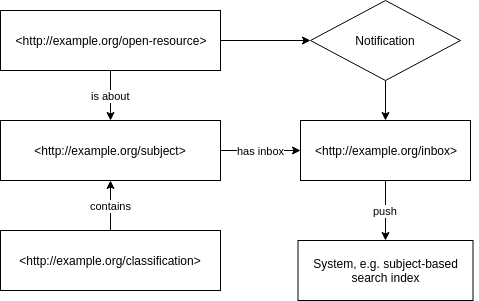
Earlier version of the draw.io export images/2019-05-15-skohub/pushing-notification.png (hbz/lobid-blog). Source tidied: cells renumbered, new cells last; positions are measured from the earlier drawing's top-left corner, leaving out a move shared by most shapes. Its diagram source:
```xml
<mxGraphModel>
  <root>
    <mxCell id="0" />
    <mxCell id="1" parent="0" />
    <mxCell id="2" value="is about" style="edgeStyle=none;rounded=0;jettySize=auto;html=1;exitX=0.5;exitY=1;exitDx=0;exitDy=0;" parent="1" edge="1" source="4" target="6">
      <mxGeometry relative="1" as="geometry" />
    </mxCell>
    <mxCell id="3" style="edgeStyle=none;rounded=0;jettySize=auto;html=1;exitX=1;exitY=0.5;exitDx=0;exitDy=0;entryX=0;entryY=0.5;entryDx=0;entryDy=0;" parent="1" edge="1" source="4" target="13">
      <mxGeometry relative="1" as="geometry" />
    </mxCell>
    <mxCell id="4" value="&amp;lt;http://example.org/open-resource&amp;gt;" style="rounded=0;whiteSpace=wrap;html=1;" parent="1" vertex="1">
      <mxGeometry y="10" width="220" height="60" as="geometry" />
    </mxCell>
    <mxCell id="5" value="has inbox" style="edgeStyle=none;rounded=0;jettySize=auto;html=1;exitX=1;exitY=0.5;exitDx=0;exitDy=0;" parent="1" edge="1" source="6" target="10">
      <mxGeometry relative="1" as="geometry" />
    </mxCell>
    <mxCell id="6" value="&amp;lt;http://example.org/subject&amp;gt;" style="rounded=0;whiteSpace=wrap;html=1;" parent="1" vertex="1">
      <mxGeometry y="120" width="220" height="60" as="geometry" />
    </mxCell>
    <mxCell id="7" value="contains" style="edgeStyle=none;rounded=0;jettySize=auto;html=1;exitX=0.5;exitY=0;exitDx=0;exitDy=0;entryX=0.5;entryY=1;entryDx=0;entryDy=0;" parent="1" edge="1" source="8" target="6">
      <mxGeometry relative="1" as="geometry" />
    </mxCell>
    <mxCell id="8" value="&amp;lt;http://example.org/classification&amp;gt;" style="rounded=0;whiteSpace=wrap;html=1;" parent="1" vertex="1">
      <mxGeometry y="230" width="220" height="60" as="geometry" />
    </mxCell>
    <mxCell id="9" value="push" style="edgeStyle=none;rounded=0;jettySize=auto;html=1;exitX=0.5;exitY=1;exitDx=0;exitDy=0;entryX=0.5;entryY=0;entryDx=0;entryDy=0;" parent="1" edge="1" source="10" target="14">
      <mxGeometry relative="1" as="geometry" />
    </mxCell>
    <mxCell id="10" value="&amp;lt;http://example.org/inbox&amp;gt;" style="rounded=0;whiteSpace=wrap;html=1;" parent="1" vertex="1">
      <mxGeometry x="300" y="120" width="170" height="60" as="geometry" />
    </mxCell>
    <mxCell id="11" style="edgeStyle=none;rounded=0;orthogonalLoop=1;jettySize=auto;html=1;exitX=1;exitY=0.5;exitDx=0;exitDy=0;" parent="1" edge="1" source="10" target="10">
      <mxGeometry relative="1" as="geometry" />
    </mxCell>
    <mxCell id="12" style="edgeStyle=none;rounded=0;jettySize=auto;html=1;entryX=0.5;entryY=0;entryDx=0;entryDy=0;exitX=0.5;exitY=1;exitDx=0;exitDy=0;" parent="1" edge="1" source="13" target="10">
      <mxGeometry relative="1" as="geometry" />
    </mxCell>
    <mxCell id="13" value="Notification&lt;br&gt;" style="rhombus;whiteSpace=wrap;html=1;" parent="1" vertex="1">
      <mxGeometry x="310" width="150" height="80" as="geometry" />
    </mxCell>
    <mxCell id="14" value="System, e.g. subject-based search index" style="rounded=0;whiteSpace=wrap;html=1;" parent="1" vertex="1">
      <mxGeometry x="297.5" y="240" width="175" height="60" as="geometry" />
    </mxCell>
  </root>
</mxGraphModel>
```
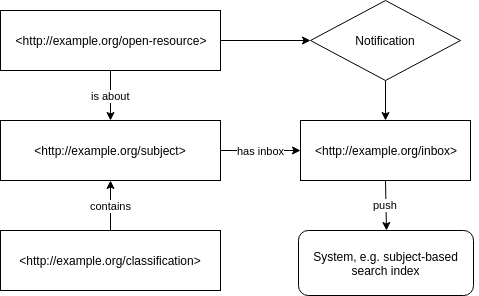
After the change.

Commit message:
Add short descriptions of the four modules

The edit, as a diff of the source:
```diff
@@ -38,8 +38,8 @@
     <mxCell id="13" value="Notification&lt;br&gt;" style="rhombus;whiteSpace=wrap;html=1;" parent="1" vertex="1">
       <mxGeometry x="310" width="150" height="80" as="geometry" />
     </mxCell>
-    <mxCell id="14" value="System, e.g. subject-based search index" style="rounded=0;whiteSpace=wrap;html=1;" parent="1" vertex="1">
-      <mxGeometry x="297.5" y="240" width="175" height="60" as="geometry" />
+    <mxCell id="14" value="&lt;span&gt;System, e.g. subject-based search index&lt;/span&gt;" style="rounded=1;whiteSpace=wrap;html=1;" parent="1" vertex="1">
+      <mxGeometry x="298" y="230" width="175" height="65" as="geometry" />
     </mxCell>
   </root>
 </mxGraphModel>
```
